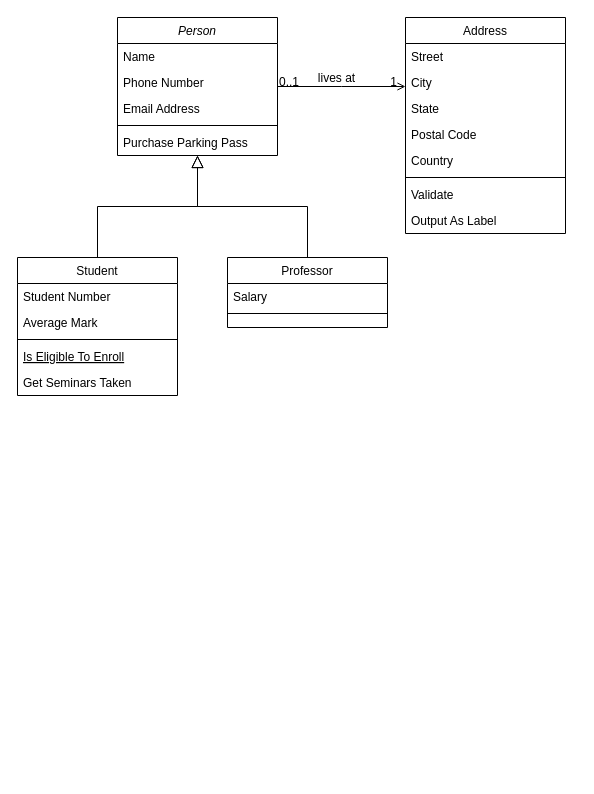
Earlier version of the draw.io diagram Untitled Diagram.drawio (muhammadnaufalopet/TeFa). Source tidied: cells renumbered, new cells numbered last; positions are measured from the earlier drawing's top-left corner, leaving out a move shared by most shapes. Both pictures are drawn from the tidied source at 100%, with x=0, y=0 at pixel (17, 17).
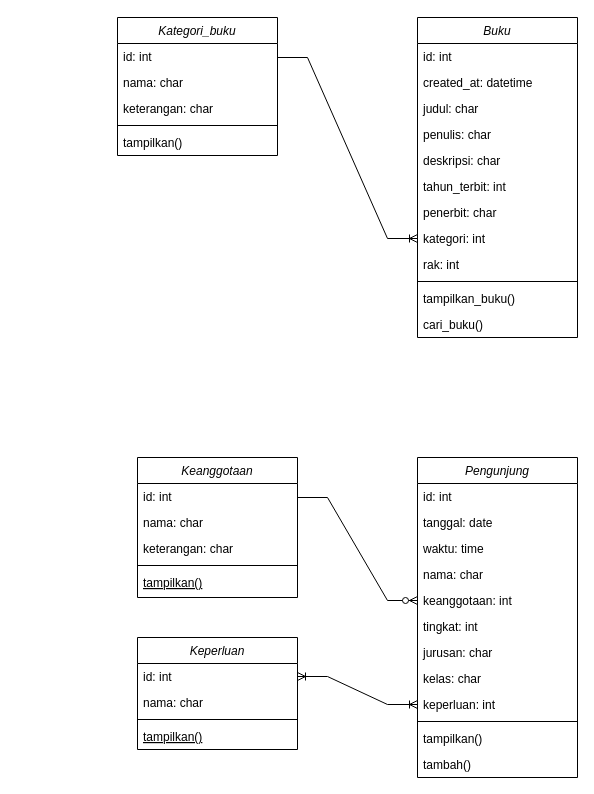
The same diagram, later.

What changed in the source:
```diff
@@
-    <mxCell id="2" value="Person" style="swimlane;fontStyle=2;align=center;verticalAlign=top;horizontal=1;startSize=26;rounded=0;shadow=0;strokeWidth=1;" parent="1" vertex="1">
+    <mxCell id="2" value="Kategori_buku" style="swimlane;fontStyle=2;align=center;verticalAlign=top;horizontal=1;startSize=26;rounded=0;shadow=0;strokeWidth=1;" parent="1" vertex="1">
       <mxGeometry x="100" width="160" height="138" as="geometry" />
     </mxCell>
-    <mxCell id="3" value="Name" style="text;align=left;verticalAlign=top;spacingLeft=4;spacingRight=4;overflow=hidden;" parent="2" vertex="1">
+    <mxCell id="3" value="id: int" style="text;align=left;verticalAlign=top;spacingLeft=4;spacingRight=4;overflow=hidden;" parent="2" vertex="1">
       <mxGeometry y="26" width="160" height="26" as="geometry" />
     </mxCell>
-    <mxCell id="4" value="Phone Number" style="text;align=left;verticalAlign=top;spacingLeft=4;spacingRight=4;overflow=hidden;rounded=0;shadow=0;html=0;" parent="2" vertex="1">
+    <mxCell id="4" value="nama: char" style="text;align=left;verticalAlign=top;spacingLeft=4;spacingRight=4;overflow=hidden;rounded=0;shadow=0;html=0;" parent="2" vertex="1">
       <mxGeometry y="52" width="160" height="26" as="geometry" />
     </mxCell>
-    <mxCell id="5" value="Email Address" style="text;align=left;verticalAlign=top;spacingLeft=4;spacingRight=4;overflow=hidden;rounded=0;shadow=0;html=0;" parent="2" vertex="1">
+    <mxCell id="5" value="keterangan: char" style="text;align=left;verticalAlign=top;spacingLeft=4;spacingRight=4;overflow=hidden;rounded=0;shadow=0;html=0;" parent="2" vertex="1">
       <mxGeometry y="78" width="160" height="26" as="geometry" />
     </mxCell>
@@
-    <mxCell id="7" value="Purchase Parking Pass" style="text;align=left;verticalAlign=top;spacingLeft=4;spacingRight=4;overflow=hidden;" parent="2" vertex="1">
+    <mxCell id="7" value="tampilkan()" style="text;align=left;verticalAlign=top;spacingLeft=4;spacingRight=4;overflow=hidden;" parent="2" vertex="1">
       <mxGeometry y="112" width="160" height="26" as="geometry" />
     </mxCell>
-    <mxCell id="8" value="Student" style="swimlane;fontStyle=0;align=center;verticalAlign=top;horizontal=1;startSize=26;rounded=0;shadow=0;strokeWidth=1;" parent="1" vertex="1">
-      <mxGeometry y="240" width="160" height="138" as="geometry" />
+    <mxCell id="8" value="Keanggotaan" style="swimlane;fontStyle=2;align=center;verticalAlign=top;horizontal=1;startSize=26;rounded=0;shadow=0;strokeWidth=1;" parent="1" vertex="1">
+      <mxGeometry x="120" y="440" width="160" height="140" as="geometry" />
     </mxCell>
-    <mxCell id="9" value="Student Number" style="text;align=left;verticalAlign=top;spacingLeft=4;spacingRight=4;overflow=hidden;" parent="8" vertex="1">
+    <mxCell id="9" value="id: int" style="text;align=left;verticalAlign=top;spacingLeft=4;spacingRight=4;overflow=hidden;" parent="8" vertex="1">
       <mxGeometry y="26" width="160" height="26" as="geometry" />
     </mxCell>
-    <mxCell id="10" value="Average Mark" style="text;align=left;verticalAlign=top;spacingLeft=4;spacingRight=4;overflow=hidden;rounded=0;shadow=0;html=0;" parent="8" vertex="1">
+    <mxCell id="10" value="nama: char" style="text;align=left;verticalAlign=top;spacingLeft=4;spacingRight=4;overflow=hidden;rounded=0;shadow=0;html=0;" parent="8" vertex="1">
       <mxGeometry y="52" width="160" height="26" as="geometry" />
     </mxCell>
+    <mxCell id="32" value="keterangan: char" style="text;align=left;verticalAlign=top;spacingLeft=4;spacingRight=4;overflow=hidden;rounded=0;shadow=0;html=0;" parent="8" vertex="1">
+      <mxGeometry y="78" width="160" height="26" as="geometry" />
+    </mxCell>
     <mxCell id="11" style="line;html=1;strokeWidth=1;align=left;verticalAlign=middle;spacingTop=-1;spacingLeft=3;spacingRight=3;labelPosition=right;" parent="8" vertex="1">
-      <mxGeometry y="78" width="160" height="8" as="geometry" />
+      <mxGeometry y="104" width="160" height="8" as="geometry" />
     </mxCell>
-    <mxCell id="12" value="Is Eligible To Enroll" style="text;align=left;verticalAlign=top;spacingLeft=4;spacingRight=4;overflow=hidden;fontStyle=4;" parent="8" vertex="1">
-      <mxGeometry y="86" width="160" height="26" as="geometry" />
+    <mxCell id="12" value="tampilkan()" style="text;align=left;verticalAlign=top;spacingLeft=4;spacingRight=4;overflow=hidden;fontStyle=4;" parent="8" vertex="1">
+      <mxGeometry y="112" width="160" height="26" as="geometry" />
     </mxCell>
-    <mxCell id="13" value="Get Seminars Taken" style="text;align=left;verticalAlign=top;spacingLeft=4;spacingRight=4;overflow=hidden;" parent="8" vertex="1">
-      <mxGeometry y="112" width="160" height="26" as="geometry" />
-    </mxCell>
-    <mxCell id="14" style="endArrow=block;endSize=10;endFill=0;shadow=0;strokeWidth=1;rounded=0;edgeStyle=elbowEdgeStyle;elbow=vertical;" parent="1" edge="1" source="8" target="2">
-      <mxGeometry relative="1" as="geometry" />
-    </mxCell>
-    <mxCell id="15" value="Professor" style="swimlane;fontStyle=0;align=center;verticalAlign=top;horizontal=1;startSize=26;rounded=0;shadow=0;strokeWidth=1;" parent="1" vertex="1">
-      <mxGeometry x="210" y="240" width="160" height="70" as="geometry" />
-    </mxCell>
-    <mxCell id="16" value="Salary" style="text;align=left;verticalAlign=top;spacingLeft=4;spacingRight=4;overflow=hidden;" parent="15" vertex="1">
-      <mxGeometry y="26" width="160" height="26" as="geometry" />
-    </mxCell>
-    <mxCell id="17" style="line;html=1;strokeWidth=1;align=left;verticalAlign=middle;spacingTop=-1;spacingLeft=3;spacingRight=3;labelPosition=right;" parent="15" vertex="1">
-      <mxGeometry y="52" width="160" height="8" as="geometry" />
-    </mxCell>
-    <mxCell id="18" style="endArrow=block;endSize=10;endFill=0;shadow=0;strokeWidth=1;rounded=0;edgeStyle=elbowEdgeStyle;elbow=vertical;" parent="1" edge="1" source="15" target="2">
-      <mxGeometry relative="1" as="geometry" />
-    </mxCell>
-    <mxCell id="19" value="Address" style="swimlane;fontStyle=0;align=center;verticalAlign=top;horizontal=1;startSize=26;rounded=0;shadow=0;strokeWidth=1;" parent="1" vertex="1">
-      <mxGeometry x="388" width="160" height="216" as="geometry" />
+    <mxCell id="19" value="Buku" style="swimlane;fontStyle=2;align=center;verticalAlign=top;horizontal=1;startSize=26;rounded=0;shadow=0;strokeWidth=1;" parent="1" vertex="1">
+      <mxGeometry x="400" width="160" height="320" as="geometry" />
     </mxCell>
-    <mxCell id="20" value="Street" style="text;align=left;verticalAlign=top;spacingLeft=4;spacingRight=4;overflow=hidden;" parent="19" vertex="1">
+    <mxCell id="20" value="id: int" style="text;align=left;verticalAlign=top;spacingLeft=4;spacingRight=4;overflow=hidden;" parent="19" vertex="1">
       <mxGeometry y="26" width="160" height="26" as="geometry" />
     </mxCell>
-    <mxCell id="21" value="City" style="text;align=left;verticalAlign=top;spacingLeft=4;spacingRight=4;overflow=hidden;rounded=0;shadow=0;html=0;" parent="19" vertex="1">
+    <mxCell id="21" value="created_at: datetime" style="text;align=left;verticalAlign=top;spacingLeft=4;spacingRight=4;overflow=hidden;rounded=0;shadow=0;html=0;" parent="19" vertex="1">
       <mxGeometry y="52" width="160" height="26" as="geometry" />
     </mxCell>
-    <mxCell id="22" value="State" style="text;align=left;verticalAlign=top;spacingLeft=4;spacingRight=4;overflow=hidden;rounded=0;shadow=0;html=0;" parent="19" vertex="1">
+    <mxCell id="22" value="judul: char" style="text;align=left;verticalAlign=top;spacingLeft=4;spacingRight=4;overflow=hidden;rounded=0;shadow=0;html=0;" parent="19" vertex="1">
       <mxGeometry y="78" width="160" height="26" as="geometry" />
     </mxCell>
-    <mxCell id="23" value="Postal Code" style="text;align=left;verticalAlign=top;spacingLeft=4;spacingRight=4;overflow=hidden;rounded=0;shadow=0;html=0;" parent="19" vertex="1">
+    <mxCell id="23" value="penulis: char" style="text;align=left;verticalAlign=top;spacingLeft=4;spacingRight=4;overflow=hidden;rounded=0;shadow=0;html=0;" parent="19" vertex="1">
       <mxGeometry y="104" width="160" height="26" as="geometry" />
     </mxCell>
-    <mxCell id="24" value="Country" style="text;align=left;verticalAlign=top;spacingLeft=4;spacingRight=4;overflow=hidden;rounded=0;shadow=0;html=0;" parent="19" vertex="1">
+    <mxCell id="24" value="deskripsi: char" style="text;align=left;verticalAlign=top;spacingLeft=4;spacingRight=4;overflow=hidden;rounded=0;shadow=0;html=0;" parent="19" vertex="1">
       <mxGeometry y="130" width="160" height="26" as="geometry" />
     </mxCell>
+    <mxCell id="33" value="tahun_terbit: int" style="text;align=left;verticalAlign=top;spacingLeft=4;spacingRight=4;overflow=hidden;rounded=0;shadow=0;html=0;" parent="19" vertex="1">
+      <mxGeometry y="156" width="160" height="26" as="geometry" />
+    </mxCell>
+    <mxCell id="34" value="penerbit: char" style="text;align=left;verticalAlign=top;spacingLeft=4;spacingRight=4;overflow=hidden;rounded=0;shadow=0;html=0;" parent="19" vertex="1">
+      <mxGeometry y="182" width="160" height="26" as="geometry" />
+    </mxCell>
+    <mxCell id="35" value="kategori: int" style="text;align=left;verticalAlign=top;spacingLeft=4;spacingRight=4;overflow=hidden;points=[[0,0.5],[1,0.5]];portConstraint=eastwest;rounded=0;shadow=0;html=0;" parent="19" vertex="1">
+      <mxGeometry y="208" width="160" height="26" as="geometry" />
+    </mxCell>
+    <mxCell id="36" value="rak: int" style="text;align=left;verticalAlign=top;spacingLeft=4;spacingRight=4;overflow=hidden;rounded=0;shadow=0;html=0;" parent="19" vertex="1">
+      <mxGeometry y="234" width="160" height="26" as="geometry" />
+    </mxCell>
     <mxCell id="25" style="line;html=1;strokeWidth=1;align=left;verticalAlign=middle;spacingTop=-1;spacingLeft=3;spacingRight=3;labelPosition=right;" parent="19" vertex="1">
-      <mxGeometry y="156" width="160" height="8" as="geometry" />
+      <mxGeometry y="260" width="160" height="8" as="geometry" />
     </mxCell>
-    <mxCell id="26" value="Validate" style="text;align=left;verticalAlign=top;spacingLeft=4;spacingRight=4;overflow=hidden;" parent="19" vertex="1">
-      <mxGeometry y="164" width="160" height="26" as="geometry" />
+    <mxCell id="26" value="tampilkan_buku()" style="text;align=left;verticalAlign=top;spacingLeft=4;spacingRight=4;overflow=hidden;" parent="19" vertex="1">
+      <mxGeometry y="268" width="160" height="26" as="geometry" />
     </mxCell>
-    <mxCell id="27" value="Output As Label" style="text;align=left;verticalAlign=top;spacingLeft=4;spacingRight=4;overflow=hidden;" parent="19" vertex="1">
-      <mxGeometry y="190" width="160" height="26" as="geometry" />
+    <mxCell id="27" value="cari_buku()" style="text;align=left;verticalAlign=top;spacingLeft=4;spacingRight=4;overflow=hidden;" parent="19" vertex="1">
+      <mxGeometry y="294" width="160" height="26" as="geometry" />
     </mxCell>
-    <mxCell id="28" style="endArrow=open;shadow=0;strokeWidth=1;rounded=0;endFill=1;edgeStyle=elbowEdgeStyle;elbow=vertical;" parent="1" edge="1" source="2" target="19">
-      <mxGeometry x="0.5" y="41" relative="1" as="geometry">
-        <mxPoint x="-40" y="32" as="offset" />
-      </mxGeometry>
-    </mxCell>
-    <mxCell id="29" value="0..1" style="align=left;verticalAlign=bottom;labelBackgroundColor=none;fontSize=12;" parent="28" vertex="1">
-      <mxGeometry x="-1" relative="1" as="geometry">
-        <mxPoint y="4" as="offset" />
-      </mxGeometry>
-    </mxCell>
-    <mxCell id="30" value="1" style="align=right;verticalAlign=bottom;labelBackgroundColor=none;fontSize=12;" parent="28" vertex="1">
-      <mxGeometry x="1" relative="1" as="geometry">
-        <mxPoint x="-7" y="4" as="offset" />
-      </mxGeometry>
-    </mxCell>
-    <mxCell id="31" value="lives at" style="text;html=1;align=center;verticalAlign=middle;labelBackgroundColor=none;rounded=0;shadow=0;strokeWidth=1;fontSize=12;" parent="28" vertex="1">
-      <mxGeometry x="0.5" y="49" relative="1" as="geometry">
-        <mxPoint x="-38" y="40" as="offset" />
-      </mxGeometry>
-    </mxCell>
+    <mxCell id="37" value="Pengunjung" style="swimlane;fontStyle=2;align=center;verticalAlign=top;horizontal=1;startSize=26;rounded=0;shadow=0;strokeWidth=1;" parent="1" vertex="1">
+      <mxGeometry x="400" y="440" width="160" height="320" as="geometry" />
+    </mxCell>
+    <mxCell id="38" value="id: int" style="text;align=left;verticalAlign=top;spacingLeft=4;spacingRight=4;overflow=hidden;" parent="37" vertex="1">
+      <mxGeometry y="26" width="160" height="26" as="geometry" />
+    </mxCell>
+    <mxCell id="39" value="tanggal: date" style="text;align=left;verticalAlign=top;spacingLeft=4;spacingRight=4;overflow=hidden;rounded=0;shadow=0;html=0;" parent="37" vertex="1">
+      <mxGeometry y="52" width="160" height="26" as="geometry" />
+    </mxCell>
+    <mxCell id="40" value="waktu: time" style="text;align=left;verticalAlign=top;spacingLeft=4;spacingRight=4;overflow=hidden;rounded=0;shadow=0;html=0;" parent="37" vertex="1">
+      <mxGeometry y="78" width="160" height="26" as="geometry" />
+    </mxCell>
+    <mxCell id="41" value="nama: char" style="text;align=left;verticalAlign=top;spacingLeft=4;spacingRight=4;overflow=hidden;rounded=0;shadow=0;html=0;" parent="37" vertex="1">
+      <mxGeometry y="104" width="160" height="26" as="geometry" />
+    </mxCell>
+    <mxCell id="42" value="keanggotaan: int" style="text;align=left;verticalAlign=top;spacingLeft=4;spacingRight=4;overflow=hidden;points=[[0,0.5],[1,0.5]];portConstraint=eastwest;rounded=0;shadow=0;html=0;" parent="37" vertex="1">
+      <mxGeometry y="130" width="160" height="26" as="geometry" />
+    </mxCell>
+    <mxCell id="43" value="tingkat: int" style="text;align=left;verticalAlign=top;spacingLeft=4;spacingRight=4;overflow=hidden;rounded=0;shadow=0;html=0;" parent="37" vertex="1">
+      <mxGeometry y="156" width="160" height="26" as="geometry" />
+    </mxCell>
+    <mxCell id="44" value="jurusan: char" style="text;align=left;verticalAlign=top;spacingLeft=4;spacingRight=4;overflow=hidden;rounded=0;shadow=0;html=0;" parent="37" vertex="1">
+      <mxGeometry y="182" width="160" height="26" as="geometry" />
+    </mxCell>
+    <mxCell id="45" value="kelas: char" style="text;align=left;verticalAlign=top;spacingLeft=4;spacingRight=4;overflow=hidden;rounded=0;shadow=0;html=0;" parent="37" vertex="1">
+      <mxGeometry y="208" width="160" height="26" as="geometry" />
+    </mxCell>
+    <mxCell id="46" value="keperluan: int" style="text;align=left;verticalAlign=top;spacingLeft=4;spacingRight=4;overflow=hidden;points=[[0,0.5],[1,0.5]];portConstraint=eastwest;rounded=0;shadow=0;html=0;" parent="37" vertex="1">
+      <mxGeometry y="234" width="160" height="26" as="geometry" />
+    </mxCell>
+    <mxCell id="47" style="line;html=1;strokeWidth=1;align=left;verticalAlign=middle;spacingTop=-1;spacingLeft=3;spacingRight=3;labelPosition=right;" parent="37" vertex="1">
+      <mxGeometry y="260" width="160" height="8" as="geometry" />
+    </mxCell>
+    <mxCell id="48" value="tampilkan()" style="text;align=left;verticalAlign=top;spacingLeft=4;spacingRight=4;overflow=hidden;" parent="37" vertex="1">
+      <mxGeometry y="268" width="160" height="26" as="geometry" />
+    </mxCell>
+    <mxCell id="49" value="tambah()" style="text;align=left;verticalAlign=top;spacingLeft=4;spacingRight=4;overflow=hidden;" parent="37" vertex="1">
+      <mxGeometry y="294" width="160" height="26" as="geometry" />
+    </mxCell>
+    <mxCell id="50" value="Keperluan" style="swimlane;fontStyle=2;align=center;verticalAlign=top;horizontal=1;startSize=26;rounded=0;shadow=0;strokeWidth=1;" parent="1" vertex="1">
+      <mxGeometry x="120" y="620" width="160" height="112" as="geometry" />
+    </mxCell>
+    <mxCell id="51" value="id: int" style="text;align=left;verticalAlign=top;spacingLeft=4;spacingRight=4;overflow=hidden;points=[[0,0.5],[1,0.5]];portConstraint=eastwest;" parent="50" vertex="1">
+      <mxGeometry y="26" width="160" height="26" as="geometry" />
+    </mxCell>
+    <mxCell id="52" value="nama: char" style="text;align=left;verticalAlign=top;spacingLeft=4;spacingRight=4;overflow=hidden;rounded=0;shadow=0;html=0;" parent="50" vertex="1">
+      <mxGeometry y="52" width="160" height="26" as="geometry" />
+    </mxCell>
+    <mxCell id="53" style="line;html=1;strokeWidth=1;align=left;verticalAlign=middle;spacingTop=-1;spacingLeft=3;spacingRight=3;labelPosition=right;" parent="50" vertex="1">
+      <mxGeometry y="78" width="160" height="8" as="geometry" />
+    </mxCell>
+    <mxCell id="54" value="tampilkan()" style="text;align=left;verticalAlign=top;spacingLeft=4;spacingRight=4;overflow=hidden;fontStyle=4;" parent="50" vertex="1">
+      <mxGeometry y="86" width="160" height="26" as="geometry" />
+    </mxCell>
+    <mxCell id="55" style="edgeStyle=entityRelationEdgeStyle;fontSize=12;html=1;endArrow=ERoneToMany;rounded=0;entryX=0;entryY=0.5;entryDx=0;entryDy=0;" parent="1" edge="1" target="35">
+      <mxGeometry relative="1" as="geometry">
+        <mxPoint x="260" y="40" as="sourcePoint" />
+      </mxGeometry>
+    </mxCell>
+    <mxCell id="56" style="edgeStyle=entityRelationEdgeStyle;fontSize=12;html=1;endArrow=ERzeroToMany;endFill=1;rounded=0;entryX=0;entryY=0.5;entryDx=0;entryDy=0;" parent="1" edge="1" target="42">
+      <mxGeometry relative="1" as="geometry">
+        <mxPoint x="280" y="480" as="sourcePoint" />
+        <Array as="points">
+          <mxPoint x="360" y="600" />
+        </Array>
+      </mxGeometry>
+    </mxCell>
+    <mxCell id="57" style="edgeStyle=entityRelationEdgeStyle;fontSize=12;html=1;endArrow=ERoneToMany;startArrow=ERoneToMany;rounded=0;exitX=1;exitY=0.5;exitDx=0;exitDy=0;entryX=0;entryY=0.5;entryDx=0;entryDy=0;" parent="1" edge="1" source="51" target="46">
+      <mxGeometry relative="1" as="geometry">
+        <Array as="points">
+          <mxPoint x="374" y="682" />
+        </Array>
+      </mxGeometry>
+    </mxCell>
```
